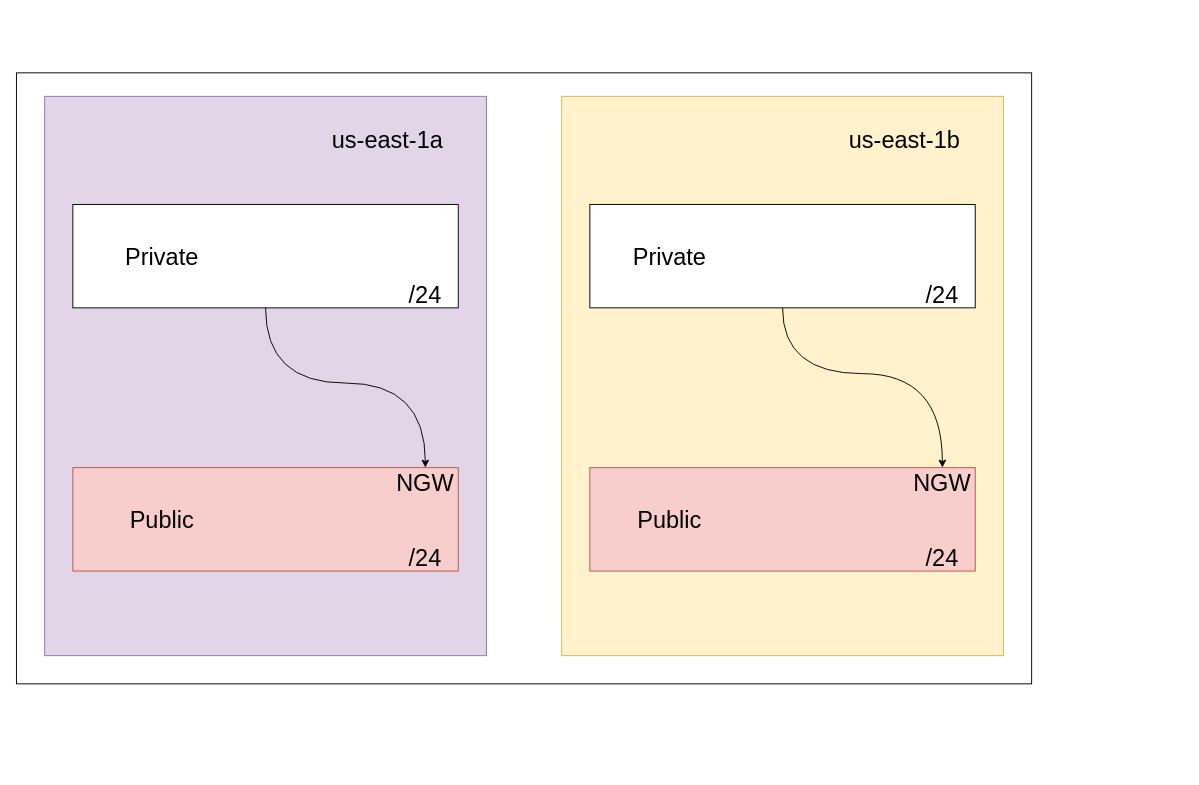
This is arquitetura-projeto.drawio from szottt/aws-terraform, a draw.io file, before an edit. Source tidied: cells renumbered, new cells numbered last; positions are measured from the earlier drawing's top-left corner, leaving out a move shared by most shapes. Both pictures are drawn from the tidied source at 94%, with x=0, y=0 at pixel (16, 72).
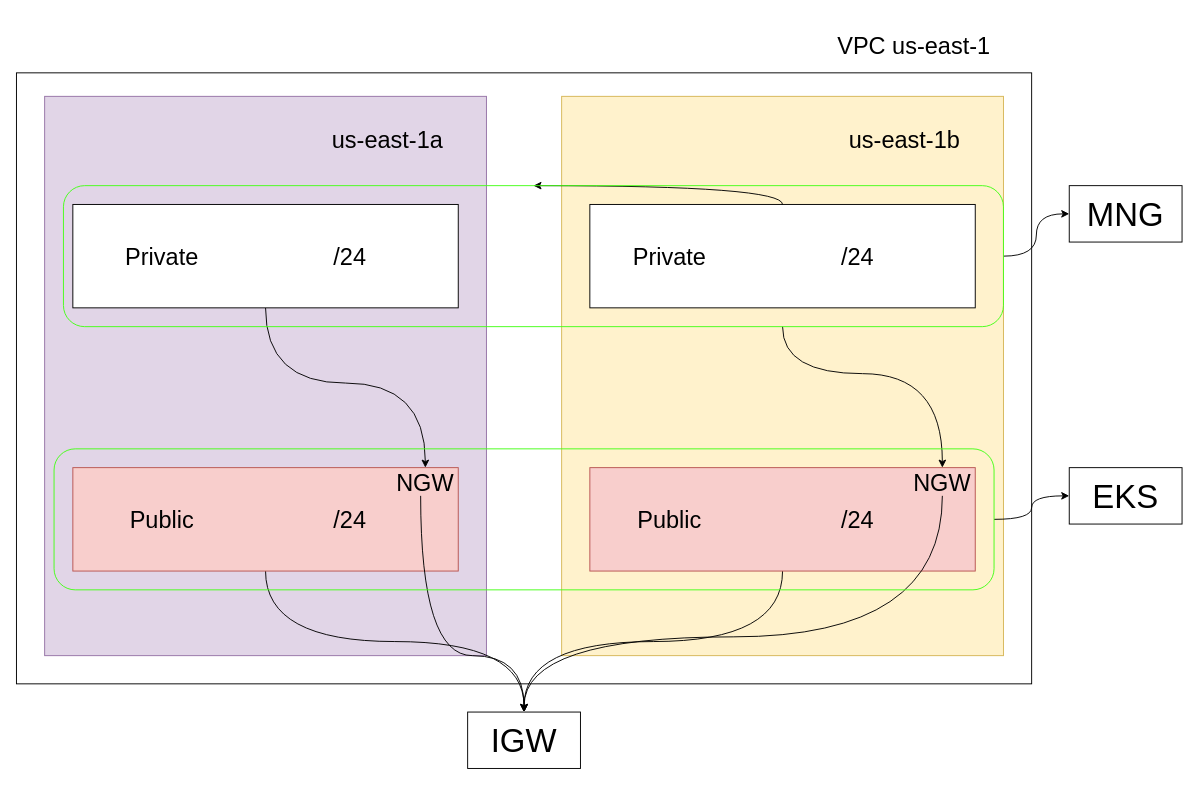
After the change.

Commit message:
Ajuste no desenho

Unchanged cells that the change refers to:
```xml
<mxCell id="9" style="rounded=0;whiteSpace=wrap;html=1;fillColor=#f8cecc;strokeColor=#b85450;" parent="1" vertex="1">
  <mxGeometry x="60" y="420" width="410" height="110" as="geometry" />
</mxCell>
<mxCell id="11" style="rounded=0;whiteSpace=wrap;html=1;" parent="1" vertex="1">
  <mxGeometry x="610" y="140" width="410" height="110" as="geometry" />
</mxCell>
<mxCell id="12" style="rounded=0;whiteSpace=wrap;html=1;fillColor=#f8cecc;strokeColor=#b85450;" parent="1" vertex="1">
  <mxGeometry x="610" y="420" width="410" height="110" as="geometry" />
</mxCell>
<mxCell id="21" value="&lt;span style=&quot;font-size: 25px;&quot;&gt;NGW&lt;/span&gt;" style="text;html=1;align=center;verticalAlign=middle;whiteSpace=wrap;rounded=0;" parent="1" vertex="1">
  <mxGeometry x="400" y="420" width="70" height="30" as="geometry" />
</mxCell>
<mxCell id="22" value="&lt;span style=&quot;font-size: 25px;&quot;&gt;NGW&lt;/span&gt;" style="text;html=1;align=center;verticalAlign=middle;whiteSpace=wrap;rounded=0;" parent="1" vertex="1">
  <mxGeometry x="950" y="420" width="70" height="30" as="geometry" />
</mxCell>
```

Change to the diagram source:
```diff
@@
+    <mxCell id="23" style="edgeStyle=orthogonalEdgeStyle;rounded=0;jettySize=auto;html=1;strokeColor=default;align=center;verticalAlign=middle;fontFamily=Helvetica;fontSize=11;fontColor=default;labelBackgroundColor=default;endArrow=classic;exitX=0.5;exitY=1;exitDx=0;exitDy=0;curved=1;entryX=0.5;entryY=0;entryDx=0;entryDy=0;" parent="1" edge="1" source="9" target="33">
+      <mxGeometry relative="1" as="geometry" />
+    </mxCell>
@@
-    <mxCell id="10" style="edgeStyle=orthogonalEdgeStyle;rounded=0;jettySize=auto;html=1;entryX=0.5;entryY=0;entryDx=0;entryDy=0;curved=1;" parent="1" edge="1" source="11" target="22">
+    <mxCell id="10" style="edgeStyle=orthogonalEdgeStyle;rounded=0;jettySize=auto;html=1;entryX=0.5;entryY=0;entryDx=0;entryDy=0;curved=1;" parent="1" edge="1" source="35" target="22">
       <mxGeometry relative="1" as="geometry">
         <Array as="points">
           <mxPoint x="815" y="320" />
           <mxPoint x="985" y="320" />
         </Array>
       </mxGeometry>
     </mxCell>
@@
+    <mxCell id="24" style="edgeStyle=orthogonalEdgeStyle;rounded=0;jettySize=auto;html=1;strokeColor=default;align=center;verticalAlign=middle;fontFamily=Helvetica;fontSize=11;fontColor=default;labelBackgroundColor=default;endArrow=classic;exitX=0.5;exitY=1;exitDx=0;exitDy=0;curved=1;" parent="1" edge="1" source="12" target="33">
+      <mxGeometry relative="1" as="geometry" />
+    </mxCell>
@@
     <mxCell id="17" value="&lt;font style=&quot;font-size: 25px;&quot;&gt;/24&lt;/font&gt;" style="text;html=1;align=center;verticalAlign=middle;whiteSpace=wrap;rounded=0;" parent="1" vertex="1">
-      <mxGeometry x="400" y="220" width="70" height="30" as="geometry" />
+      <mxGeometry x="320" y="180" width="70" height="30" as="geometry" />
     </mxCell>
     <mxCell id="18" value="&lt;font style=&quot;font-size: 25px;&quot;&gt;/24&lt;/font&gt;" style="text;html=1;align=center;verticalAlign=middle;whiteSpace=wrap;rounded=0;" parent="1" vertex="1">
-      <mxGeometry x="400" y="500" width="70" height="30" as="geometry" />
+      <mxGeometry x="320" y="460" width="70" height="30" as="geometry" />
     </mxCell>
     <mxCell id="19" value="&lt;font style=&quot;font-size: 25px;&quot;&gt;/24&lt;/font&gt;" style="text;html=1;align=center;verticalAlign=middle;whiteSpace=wrap;rounded=0;" parent="1" vertex="1">
-      <mxGeometry x="950" y="500" width="70" height="30" as="geometry" />
+      <mxGeometry x="860" y="460" width="70" height="30" as="geometry" />
     </mxCell>
     <mxCell id="20" value="&lt;font style=&quot;font-size: 25px;&quot;&gt;/24&lt;/font&gt;" style="text;html=1;align=center;verticalAlign=middle;whiteSpace=wrap;rounded=0;" parent="1" vertex="1">
-      <mxGeometry x="950" y="220" width="70" height="30" as="geometry" />
+      <mxGeometry x="860" y="180" width="70" height="30" as="geometry" />
     </mxCell>
+    <mxCell id="25" style="edgeStyle=orthogonalEdgeStyle;rounded=0;jettySize=auto;html=1;strokeColor=default;align=center;verticalAlign=middle;fontFamily=Helvetica;fontSize=11;fontColor=default;labelBackgroundColor=default;endArrow=classic;curved=1;entryX=0.5;entryY=0;entryDx=0;entryDy=0;" parent="1" edge="1" source="21" target="33">
+      <mxGeometry relative="1" as="geometry">
+        <Array as="points">
+          <mxPoint x="430" y="620" />
+          <mxPoint x="540" y="620" />
+        </Array>
+      </mxGeometry>
+    </mxCell>
@@
+    <mxCell id="26" style="edgeStyle=orthogonalEdgeStyle;rounded=0;jettySize=auto;html=1;entryX=0.5;entryY=0;entryDx=0;entryDy=0;strokeColor=default;align=center;verticalAlign=middle;fontFamily=Helvetica;fontSize=11;fontColor=default;labelBackgroundColor=default;endArrow=classic;curved=1;" parent="1" edge="1" source="22" target="33">
+      <mxGeometry relative="1" as="geometry">
+        <Array as="points">
+          <mxPoint x="985" y="600" />
+          <mxPoint x="540" y="600" />
+        </Array>
+      </mxGeometry>
+    </mxCell>
@@
+    <mxCell id="27" value="&lt;font style=&quot;font-size: 35px;&quot;&gt;MNG&lt;/font&gt;" style="rounded=0;whiteSpace=wrap;html=1;fontFamily=Helvetica;fontSize=11;fontColor=default;labelBackgroundColor=default;" parent="1" vertex="1">
+      <mxGeometry x="1120" y="120" width="120" height="60" as="geometry" />
+    </mxCell>
+    <mxCell id="28" style="edgeStyle=orthogonalEdgeStyle;rounded=0;jettySize=auto;html=1;entryX=0;entryY=0.5;entryDx=0;entryDy=0;strokeColor=default;align=center;verticalAlign=middle;fontFamily=Helvetica;fontSize=11;fontColor=default;labelBackgroundColor=default;endArrow=classic;curved=1;" parent="1" edge="1" source="35" target="27">
+      <mxGeometry relative="1" as="geometry" />
+    </mxCell>
+    <mxCell id="29" style="edgeStyle=orthogonalEdgeStyle;rounded=0;jettySize=auto;html=1;strokeColor=default;align=center;verticalAlign=middle;fontFamily=Helvetica;fontSize=11;fontColor=default;labelBackgroundColor=default;endArrow=classic;curved=1;" parent="1" edge="1" source="30" target="31">
+      <mxGeometry relative="1" as="geometry" />
+    </mxCell>
+    <mxCell id="30" style="rounded=1;whiteSpace=wrap;html=1;fontFamily=Helvetica;fontSize=11;fontColor=default;labelBackgroundColor=default;fillColor=none;strokeColor=#45FF17;" parent="1" vertex="1">
+      <mxGeometry x="40" y="400" width="1000" height="150" as="geometry" />
+    </mxCell>
+    <mxCell id="31" value="&lt;font style=&quot;font-size: 35px;&quot;&gt;EKS&lt;/font&gt;" style="rounded=0;whiteSpace=wrap;html=1;fontFamily=Helvetica;fontSize=11;fontColor=default;labelBackgroundColor=default;" parent="1" vertex="1">
+      <mxGeometry x="1120" y="420" width="120" height="60" as="geometry" />
+    </mxCell>
+    <mxCell id="32" value="&lt;font style=&quot;font-size: 25px;&quot;&gt;VPC us-east-1&lt;/font&gt;" style="text;html=1;align=center;verticalAlign=middle;whiteSpace=wrap;rounded=0;" parent="1" vertex="1">
+      <mxGeometry x="860" y="-60" width="190" height="60" as="geometry" />
+    </mxCell>
+    <mxCell id="33" value="&lt;font style=&quot;font-size: 35px;&quot;&gt;IGW&lt;/font&gt;" style="rounded=0;whiteSpace=wrap;html=1;fontFamily=Helvetica;fontSize=11;fontColor=default;labelBackgroundColor=default;" parent="1" vertex="1">
+      <mxGeometry x="480" y="680" width="120" height="60" as="geometry" />
+    </mxCell>
+    <mxCell id="34" style="edgeStyle=orthogonalEdgeStyle;rounded=0;jettySize=auto;html=1;entryX=0.5;entryY=0;entryDx=0;entryDy=0;curved=1;" parent="1" edge="1" source="11" target="35">
+      <mxGeometry relative="1" as="geometry" />
+    </mxCell>
+    <mxCell id="35" style="rounded=1;whiteSpace=wrap;html=1;fontFamily=Helvetica;fontSize=11;fontColor=default;labelBackgroundColor=default;fillColor=none;strokeColor=#45FF17;" parent="1" vertex="1">
+      <mxGeometry x="50" y="120" width="1000" height="150" as="geometry" />
+    </mxCell>
```
